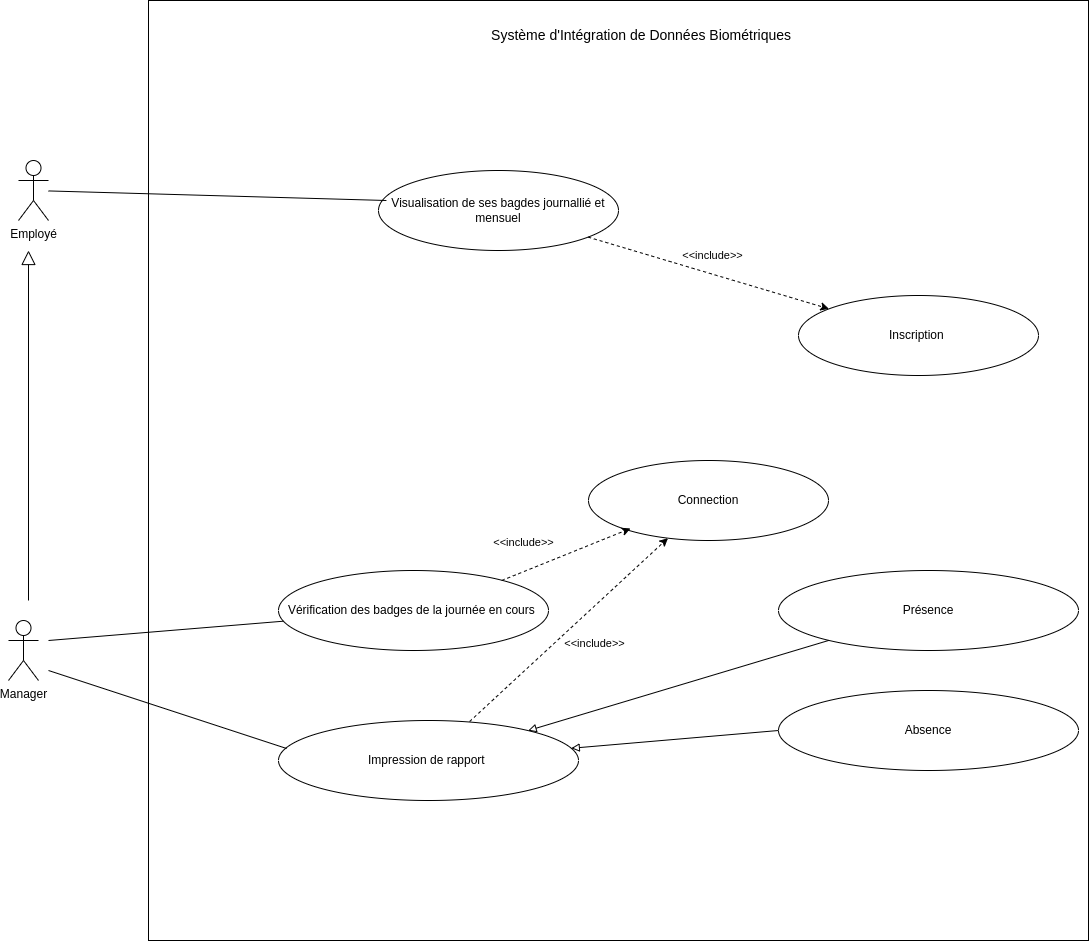
Earlier version of the draw.io export static/Diagramme de cas d'utilisation.drawio.png (Siluearsene/borne_biometrique). Source tidied: cells renumbered, new cells last; positions are measured from the earlier drawing's top-left corner, leaving out a move shared by most shapes.
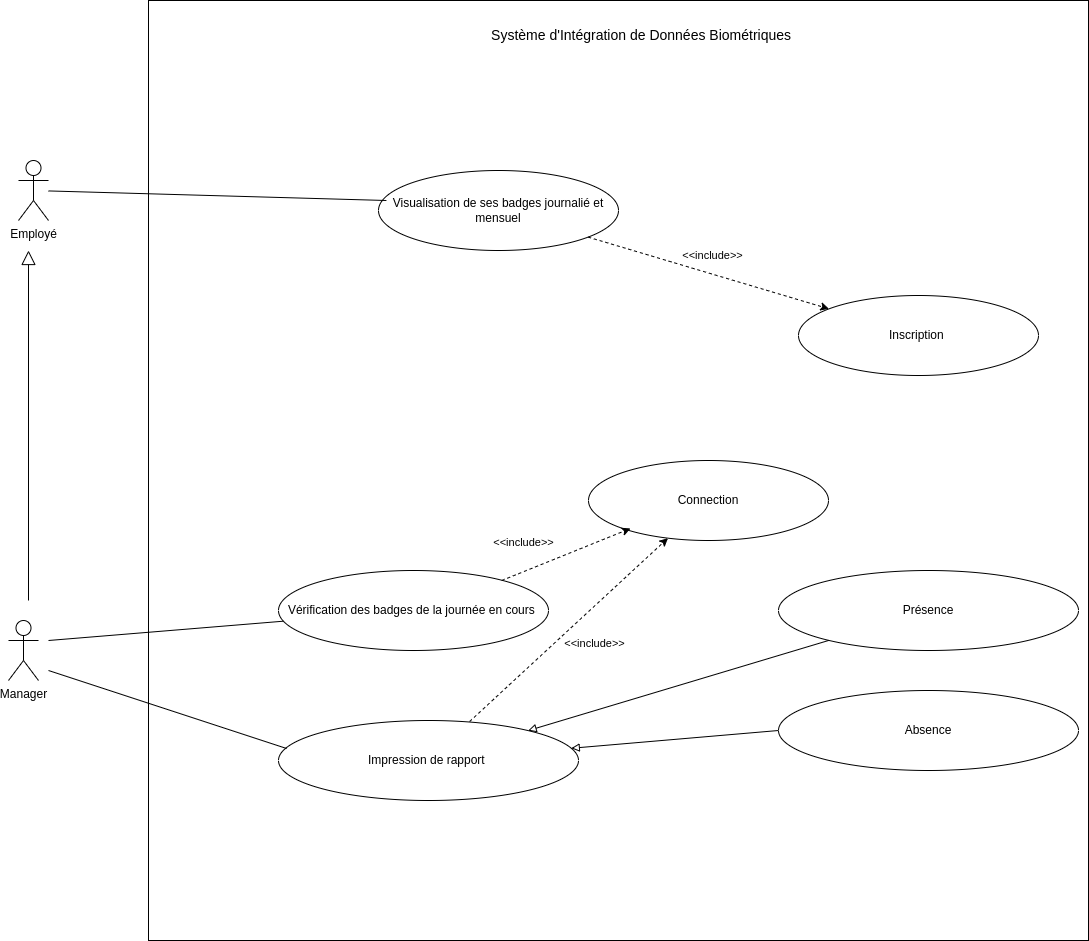
After the change.

Commit message:
Mettre à jour Diagramme de cas d'utilisation.drawio.png

Change to the diagram source:
```diff
@@ -20,7 +20,7 @@
     <mxCell id="6" value="&lt;font style=&quot;font-size: 14px;&quot;&gt;Système d'Intégration de Données Biométriques&amp;nbsp;&lt;/font&gt;" style="text;html=1;strokeColor=none;fillColor=none;align=center;verticalAlign=middle;whiteSpace=wrap;rounded=0;" parent="1" vertex="1">
       <mxGeometry x="400" y="20" width="470" height="30" as="geometry" />
     </mxCell>
-    <mxCell id="7" value="Visualisation de ses bagdes journallié et mensuel" style="ellipse;whiteSpace=wrap;html=1;" parent="1" vertex="1">
+    <mxCell id="7" value="Visualisation de ses badges journalié et mensuel" style="ellipse;whiteSpace=wrap;html=1;" parent="1" vertex="1">
       <mxGeometry x="370" y="170" width="240" height="80" as="geometry" />
     </mxCell>
     <mxCell id="8" value="Connection" style="ellipse;whiteSpace=wrap;html=1;" parent="1" vertex="1">
```
